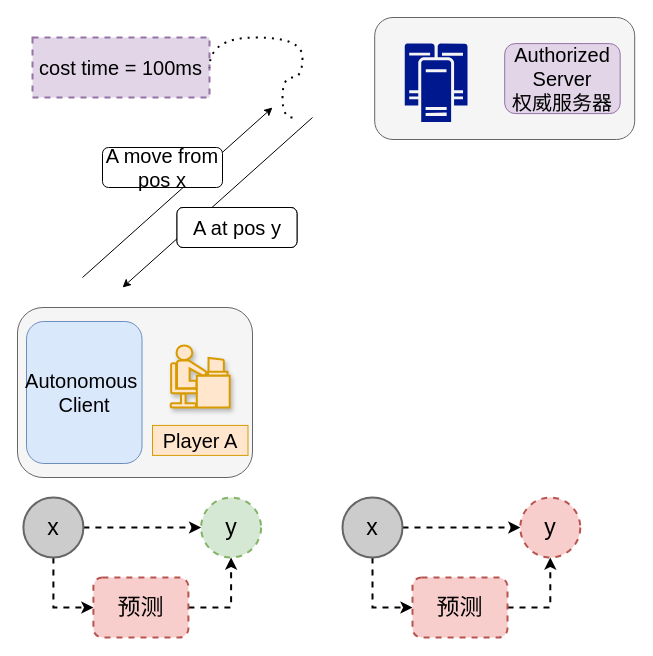
Earlier version of the draw.io diagram page "zong 的副本 的副本" (36 of 36) of booming/Booming ypwangv5.0 color 104ppt-17.drawio (yrdimple/flowChart). Source tidied: cells renumbered, new cells numbered last; positions are measured from the earlier drawing's top-left corner, leaving out a move shared by most shapes. Both pictures are drawn from the tidied source at 100%, with x=0, y=0 at pixel (17, 17).
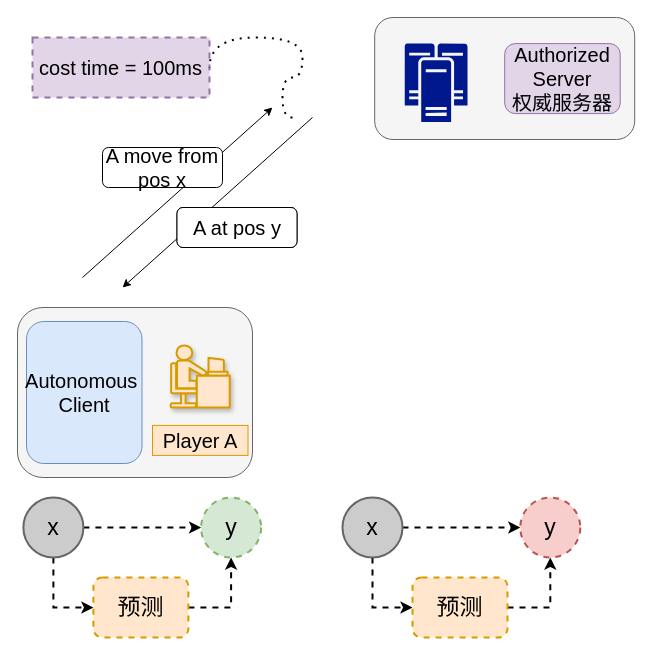
Above is the later version.

Change to the diagram source:
```diff
@@
-    <mxCell id="20" value="预测" style="rounded=1;whiteSpace=wrap;html=1;dashed=1;fontSize=23;strokeWidth=2;fillColor=#f8cecc;strokeColor=#b85450;" parent="1" vertex="1">
+    <mxCell id="20" value="预测" style="rounded=1;whiteSpace=wrap;html=1;dashed=1;fontSize=23;strokeWidth=2;fillColor=#ffe6cc;strokeColor=#d79b00;" parent="1" vertex="1">
       <mxGeometry x="75.9" y="560" width="95" height="60" as="geometry" />
     </mxCell>
@@
-    <mxCell id="27" value="预测" style="rounded=1;whiteSpace=wrap;html=1;dashed=1;fontSize=23;strokeWidth=2;fillColor=#f8cecc;strokeColor=#b85450;" parent="1" vertex="1">
+    <mxCell id="27" value="预测" style="rounded=1;whiteSpace=wrap;html=1;dashed=1;fontSize=23;strokeWidth=2;fillColor=#ffe6cc;strokeColor=#d79b00;" parent="1" vertex="1">
       <mxGeometry x="395" y="560" width="95" height="60" as="geometry" />
     </mxCell>
```
